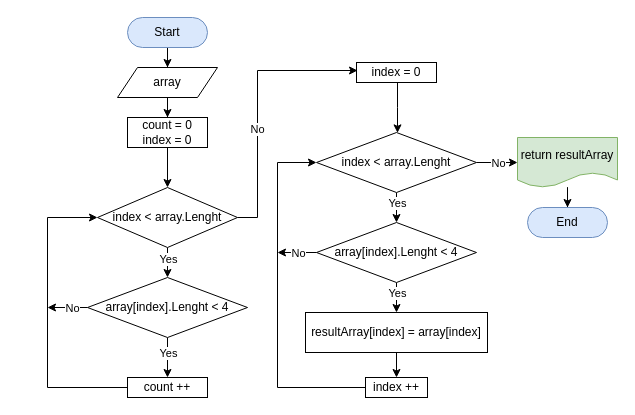
This is Algorithm block diagram.drawio from Karsad76/GB_Dev_final_project, a draw.io file, before an edit. Source tidied: cells renumbered, new cells numbered last; positions are measured from the earlier drawing's top-left corner, leaving out a move shared by most shapes. Both pictures are drawn from the tidied source at 100%, with x=0, y=0 at pixel (47, 17).
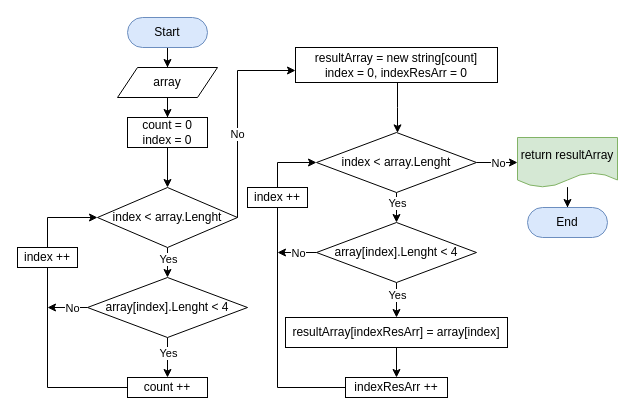
The same diagram, later.

Commit message (it also covers changes not shown here):
Edited: algorithm block diagram corrected

Unchanged cells that the change refers to:
```xml
<mxCell id="12" value="index &amp;lt; array.Lenght" style="rhombus;whiteSpace=wrap;html=1;" parent="1" vertex="1">
  <mxGeometry x="50" y="170" width="140" height="60" as="geometry" />
</mxCell>
```

What changed in the source:
```diff
@@
-    <mxCell id="10" style="edgeStyle=orthogonalEdgeStyle;rounded=0;jettySize=auto;html=1;entryX=0.013;entryY=0.4;entryDx=0;entryDy=0;entryPerimeter=0;" parent="1" edge="1" source="12" target="21">
+    <mxCell id="10" style="edgeStyle=orthogonalEdgeStyle;rounded=0;jettySize=auto;html=1;" parent="1" edge="1" source="12" target="21">
       <mxGeometry relative="1" as="geometry">
         <Array as="points">
-          <mxPoint x="210" y="200" />
-          <mxPoint x="210" y="53" />
+          <mxPoint x="190" y="53" />
         </Array>
       </mxGeometry>
     </mxCell>
@@
-    <mxCell id="21" value="index = 0" style="whiteSpace=wrap;html=1;" parent="1" vertex="1">
-      <mxGeometry x="309" y="45" width="80" height="20" as="geometry" />
+    <mxCell id="21" value="resultArray = new string[count]&lt;br&gt;index = 0, indexResArr = 0" style="whiteSpace=wrap;html=1;" parent="1" vertex="1">
+      <mxGeometry x="248" y="30" width="202" height="35" as="geometry" />
     </mxCell>
@@
-    <mxCell id="33" value="resultArray[index] = array[index]" style="whiteSpace=wrap;html=1;" parent="1" vertex="1">
-      <mxGeometry x="258" y="295" width="182" height="40" as="geometry" />
+    <mxCell id="33" value="resultArray[indexResArr] = array[index]" style="whiteSpace=wrap;html=1;" parent="1" vertex="1">
+      <mxGeometry x="238" y="300" width="222" height="30" as="geometry" />
     </mxCell>
@@
-    <mxCell id="35" value="index ++" style="whiteSpace=wrap;html=1;" parent="1" vertex="1">
-      <mxGeometry x="318" y="360" width="62" height="20" as="geometry" />
+    <mxCell id="35" value="indexResArr ++" style="whiteSpace=wrap;html=1;" parent="1" vertex="1">
+      <mxGeometry x="298" y="360" width="102" height="20" as="geometry" />
     </mxCell>
@@
+    <mxCell id="39" value="index ++" style="rounded=0;whiteSpace=wrap;html=1;" parent="1" vertex="1">
+      <mxGeometry x="-30" y="230" width="60" height="20" as="geometry" />
+    </mxCell>
+    <mxCell id="40" value="index ++" style="rounded=0;whiteSpace=wrap;html=1;" parent="1" vertex="1">
+      <mxGeometry x="200" y="170" width="60" height="20" as="geometry" />
+    </mxCell>
```
